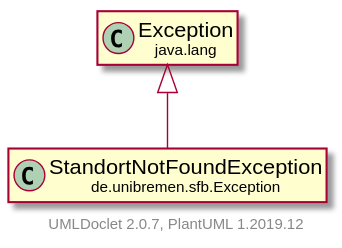
fkehlenb/softwareprojekt-2 keeps this PlantUML diagram as doc/UML/modulsichtSVG/StandortNotFoundException.svg. Above is the earlier version. Its diagram source:
```plantuml
@startuml
    set namespaceSeparator none
    hide empty fields
    hide empty methods

    class "<size:14>StandortNotFoundException\n<size:10>de.unibremen.sfb.Exception" as de.unibremen.sfb.Exception.StandortNotFoundException [[StandortNotFoundException.html]]

    class "<size:14>Exception\n<size:10>java.lang" as java.lang.Exception [[https://docs.oracle.com/en/java/javase/11/docs/api/java.base/java/lang/Exception.html?is-external=true]]

    java.lang.Exception <|-- de.unibremen.sfb.Exception.StandortNotFoundException

    center footer UMLDoclet 2.0.7, PlantUML 1.2019.12
@enduml
```
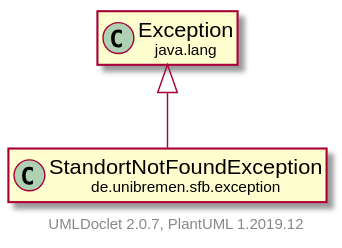
Above is the later version.

What changed in the source:
```diff
@@ -3,11 +3,11 @@
     hide empty fields
     hide empty methods
 
-    class "<size:14>StandortNotFoundException\n<size:10>de.unibremen.sfb.Exception" as de.unibremen.sfb.Exception.StandortNotFoundException [[StandortNotFoundException.html]]
+    class "<size:14>StandortNotFoundException\n<size:10>de.unibremen.sfb.exception" as de.unibremen.sfb.exception.StandortNotFoundException [[StandortNotFoundException.html]]
 
-    class "<size:14>Exception\n<size:10>java.lang" as java.lang.Exception [[https://docs.oracle.com/en/java/javase/11/docs/api/java.base/java/lang/Exception.html?is-external=true]]
+    class "<size:14>exception\n<size:10>java.lang" as java.lang.exception [[https://docs.oracle.com/en/java/javase/11/docs/api/java.base/java/lang/Exception.html?is-external=true]]
 
-    java.lang.Exception <|-- de.unibremen.sfb.Exception.StandortNotFoundException
+    java.lang.exception <|-- de.unibremen.sfb.exception.StandortNotFoundException
 
     center footer UMLDoclet 2.0.7, PlantUML 1.2019.12
 @enduml
```
